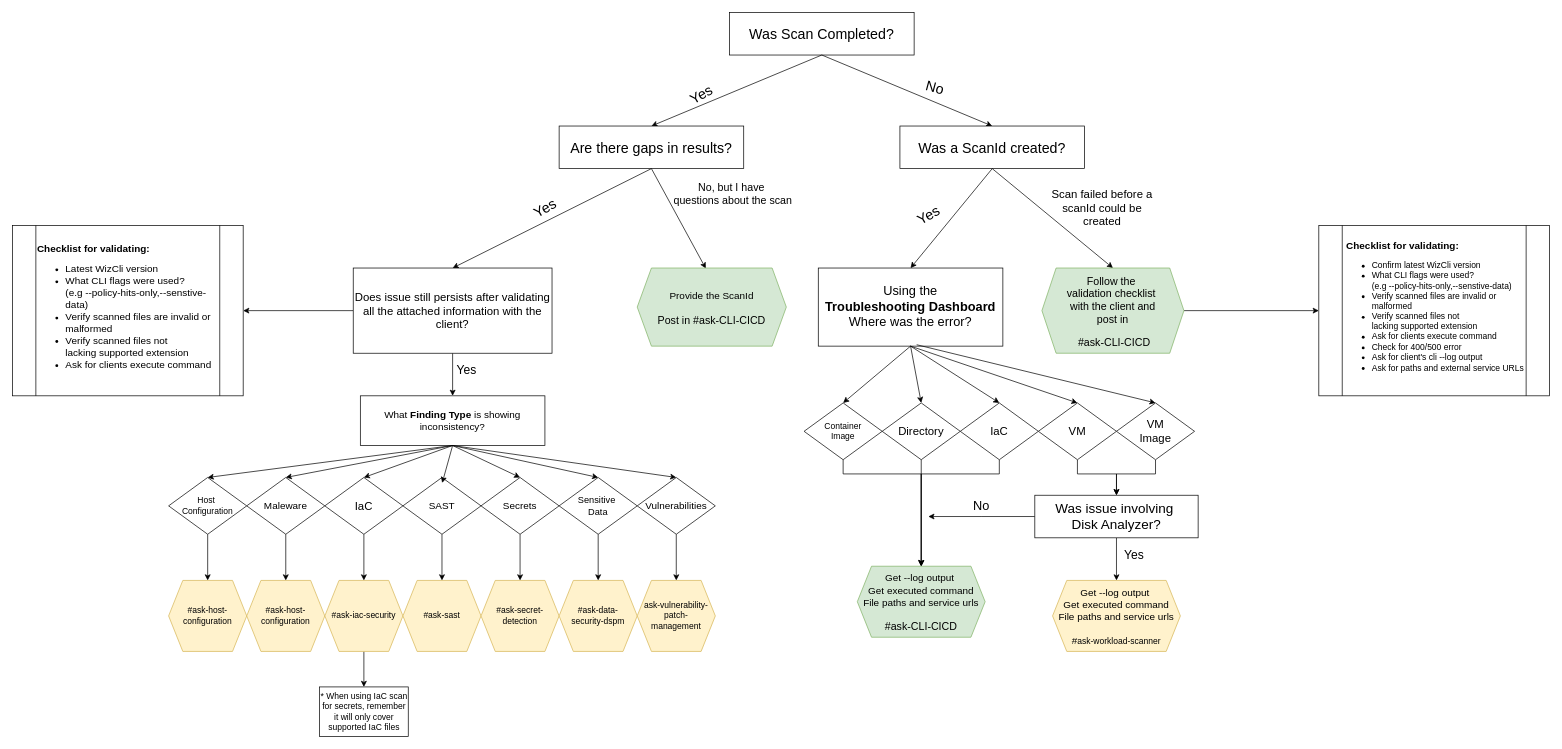
This is Untitled Diagram.drawio from Omerrowiz/Omer-Wiz-Diagrams, a draw.io file, before an edit. Source tidied: cells renumbered, new cells numbered last; positions are measured from the earlier drawing's top-left corner, leaving out a move shared by most shapes. Both pictures are drawn from the tidied source at 71%, with x=0, y=0 at pixel (12, 12).
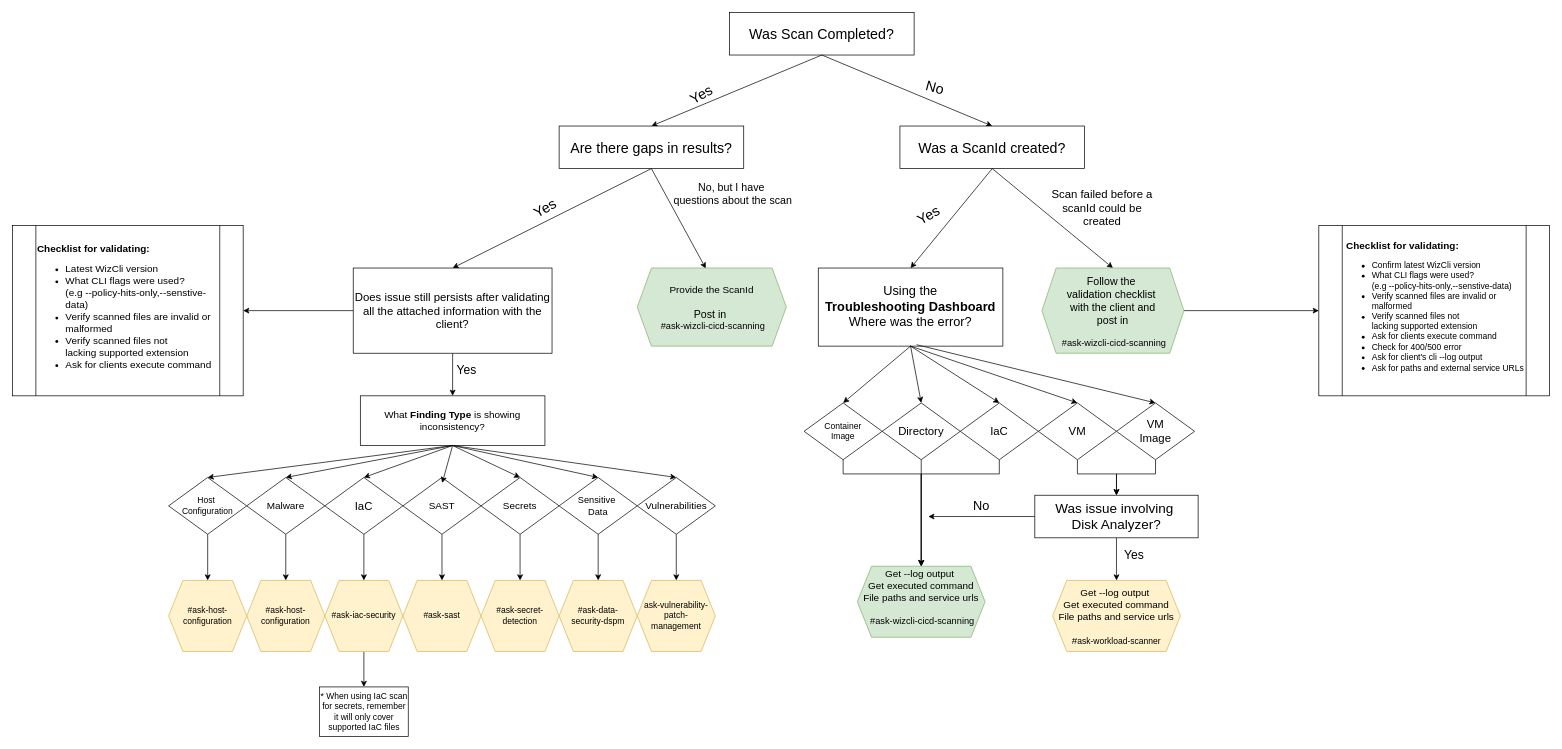
The same page after the edit.

Diff of the diagram source:
```diff
@@
-    <mxCell id="13" value="&lt;div&gt;&lt;font style=&quot;font-size: 15px;&quot;&gt;&lt;br&gt;&lt;/font&gt;&lt;/div&gt;&lt;div&gt;&lt;span style=&quot;font-size: 15px;&quot;&gt;Follow the&amp;nbsp;&lt;/span&gt;&lt;/div&gt;&lt;div&gt;&lt;span style=&quot;font-size: 15px;&quot;&gt;validation checklist&amp;nbsp;&lt;/span&gt;&lt;/div&gt;&lt;div&gt;&lt;span style=&quot;font-size: 15px;&quot;&gt;with the client and&lt;/span&gt;&lt;/div&gt;&lt;div&gt;&lt;span style=&quot;font-size: 15px;&quot;&gt;post in&lt;/span&gt;&lt;span style=&quot;font-size: 15px;&quot;&gt;&lt;/span&gt;&lt;/div&gt;&lt;div&gt;&lt;br&gt;&lt;/div&gt;&lt;div&gt;&lt;font style=&quot;font-size: 15px;&quot;&gt;&amp;nbsp;#ask-CLI-CICD&lt;/font&gt;&lt;/div&gt;&lt;div&gt;&lt;br&gt;&lt;/div&gt;" style="shape=hexagon;perimeter=hexagonPerimeter2;whiteSpace=wrap;html=1;fixedSize=1;fillColor=#d5e8d4;strokeColor=#82b366;" parent="1" vertex="1">
+    <mxCell id="13" value="&lt;div&gt;&lt;font style=&quot;font-size: 15px;&quot;&gt;&lt;br&gt;&lt;/font&gt;&lt;/div&gt;&lt;div&gt;&lt;span style=&quot;font-size: 15px;&quot;&gt;Follow the&amp;nbsp;&lt;/span&gt;&lt;/div&gt;&lt;div&gt;&lt;span style=&quot;font-size: 15px;&quot;&gt;validation checklist&amp;nbsp;&lt;/span&gt;&lt;/div&gt;&lt;div&gt;&lt;span style=&quot;font-size: 15px;&quot;&gt;with the client and&lt;/span&gt;&lt;/div&gt;&lt;div&gt;&lt;span style=&quot;font-size: 15px;&quot;&gt;post in&lt;/span&gt;&lt;span style=&quot;font-size: 15px;&quot;&gt;&lt;/span&gt;&lt;/div&gt;&lt;div&gt;&lt;br&gt;&lt;/div&gt;&lt;div&gt;&lt;font style=&quot;font-size: 13px;&quot;&gt;&amp;nbsp;#ask-wizcli-cicd-scanning&lt;/font&gt;&lt;/div&gt;&lt;div&gt;&lt;br&gt;&lt;/div&gt;" style="shape=hexagon;perimeter=hexagonPerimeter2;whiteSpace=wrap;html=1;fixedSize=1;fillColor=#d5e8d4;strokeColor=#82b366;" parent="1" vertex="1">
       <mxGeometry x="1450" y="360" width="200" height="120" as="geometry" />
     </mxCell>
@@
-    <mxCell id="27" value="&lt;div&gt;&lt;font style=&quot;font-size: 14px;&quot;&gt;&lt;br&gt;&lt;/font&gt;&lt;/div&gt;&lt;div&gt;&lt;font style=&quot;font-size: 14px;&quot;&gt;Get --log output&amp;nbsp;&lt;/font&gt;&lt;/div&gt;&lt;div&gt;&lt;font style=&quot;font-size: 14px;&quot;&gt;Get executed command&lt;/font&gt;&lt;/div&gt;&lt;div&gt;&lt;font style=&quot;font-size: 14px;&quot;&gt;File paths and service urls&lt;/font&gt;&lt;/div&gt;&lt;div&gt;&lt;font style=&quot;font-size: 14px;&quot;&gt;&lt;br&gt;&lt;/font&gt;&lt;/div&gt;&lt;div&gt;&lt;span style=&quot;font-size: 15px;&quot;&gt;#ask-CLI-CICD&lt;/span&gt;&lt;/div&gt;&lt;div&gt;&lt;br&gt;&lt;/div&gt;" style="shape=hexagon;perimeter=hexagonPerimeter2;whiteSpace=wrap;html=1;fixedSize=1;fillColor=#d5e8d4;strokeColor=#82b366;" parent="1" vertex="1">
+    <mxCell id="27" value="&lt;div&gt;&lt;font style=&quot;font-size: 14px;&quot;&gt;&lt;br&gt;&lt;/font&gt;&lt;/div&gt;&lt;div&gt;&lt;font style=&quot;font-size: 14px;&quot;&gt;Get --log output&amp;nbsp;&lt;/font&gt;&lt;/div&gt;&lt;div&gt;&lt;font style=&quot;font-size: 14px;&quot;&gt;Get executed command&lt;/font&gt;&lt;/div&gt;&lt;div&gt;&lt;font style=&quot;font-size: 14px;&quot;&gt;File paths and service urls&lt;/font&gt;&lt;/div&gt;&lt;div&gt;&lt;font style=&quot;font-size: 14px;&quot;&gt;&lt;br&gt;&lt;/font&gt;&lt;/div&gt;&lt;div&gt;&lt;div&gt;&lt;font style=&quot;font-size: 13px;&quot;&gt;&amp;nbsp;#ask-wizcli-cicd-scanning&lt;/font&gt;&lt;/div&gt;&lt;div&gt;&lt;br&gt;&lt;/div&gt;&lt;/div&gt;&lt;div&gt;&lt;br&gt;&lt;/div&gt;" style="shape=hexagon;perimeter=hexagonPerimeter2;whiteSpace=wrap;html=1;fixedSize=1;fillColor=#d5e8d4;strokeColor=#82b366;" parent="1" vertex="1">
       <mxGeometry x="1190" y="780" width="180" height="100" as="geometry" />
     </mxCell>
@@
-    <mxCell id="42" value="&lt;div&gt;&lt;font style=&quot;font-size: 14px;&quot;&gt;&lt;br&gt;&lt;/font&gt;&lt;/div&gt;&lt;div&gt;&lt;span style=&quot;font-size: 14px;&quot;&gt;Provide the ScanId&lt;/span&gt;&lt;/div&gt;&lt;div&gt;&lt;span style=&quot;font-size: 14px;&quot;&gt;&lt;br&gt;&lt;/span&gt;&lt;/div&gt;&lt;div&gt;&lt;span style=&quot;font-size: 15px;&quot;&gt;Post in #ask-CLI-CICD&lt;/span&gt;&lt;/div&gt;&lt;div&gt;&lt;br&gt;&lt;/div&gt;" style="shape=hexagon;perimeter=hexagonPerimeter2;whiteSpace=wrap;html=1;fixedSize=1;fillColor=#d5e8d4;strokeColor=#82b366;" parent="1" vertex="1">
+    <mxCell id="42" value="&lt;div&gt;&lt;font style=&quot;font-size: 14px;&quot;&gt;&lt;br&gt;&lt;/font&gt;&lt;/div&gt;&lt;div&gt;&lt;span style=&quot;font-size: 14px;&quot;&gt;Provide the ScanId&lt;/span&gt;&lt;/div&gt;&lt;div&gt;&lt;span style=&quot;font-size: 14px;&quot;&gt;&lt;br&gt;&lt;/span&gt;&lt;/div&gt;&lt;div&gt;&lt;span style=&quot;font-size: 15px;&quot;&gt;Post in&amp;nbsp;&lt;br&gt;&lt;/span&gt;&lt;div&gt;&lt;font style=&quot;font-size: 13px;&quot;&gt;&amp;nbsp;#ask-wizcli-cicd-scanning&lt;/font&gt;&lt;/div&gt;&lt;/div&gt;&lt;div&gt;&lt;br&gt;&lt;/div&gt;" style="shape=hexagon;perimeter=hexagonPerimeter2;whiteSpace=wrap;html=1;fixedSize=1;fillColor=#d5e8d4;strokeColor=#82b366;" parent="1" vertex="1">
       <mxGeometry x="880" y="360" width="210" height="110" as="geometry" />
     </mxCell>
@@
-    <mxCell id="51" value="&lt;font style=&quot;font-size: 14px;&quot;&gt;Maleware&lt;/font&gt;" style="rhombus;whiteSpace=wrap;html=1;" parent="1" vertex="1">
+    <mxCell id="51" value="&lt;font style=&quot;font-size: 14px;&quot;&gt;Malware&lt;/font&gt;" style="rhombus;whiteSpace=wrap;html=1;" parent="1" vertex="1">
       <mxGeometry x="330" y="655" width="110" height="80" as="geometry" />
     </mxCell>
```
